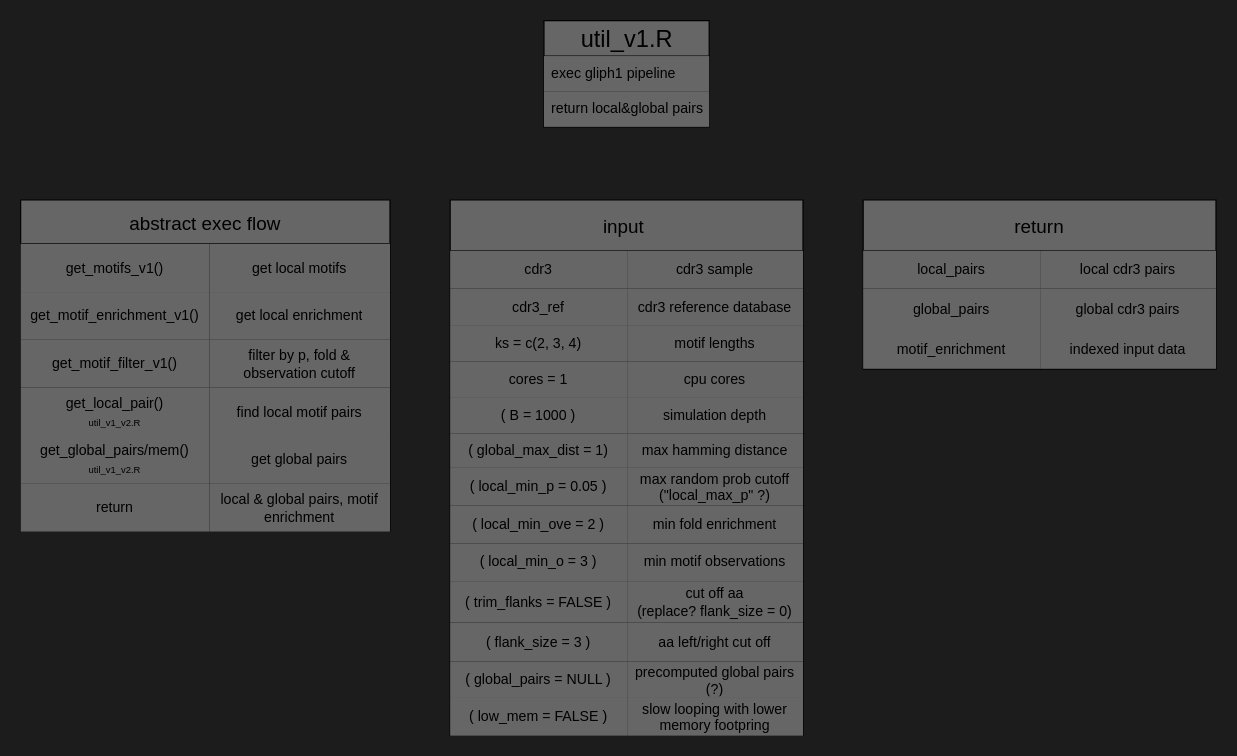
The draw.io diagram page "util_v1.R" (2 of 4) of test_scripts/UMLish_analysis/gliphR.drawio in snaketron/ClustIRR, before the edit. Source tidied: cells renumbered, new cells numbered last; positions are measured from the earlier drawing's top-left corner, leaving out a move shared by most shapes. Both pictures are drawn from the tidied source at 118%, with x=0, y=0 at pixel (20, 20).
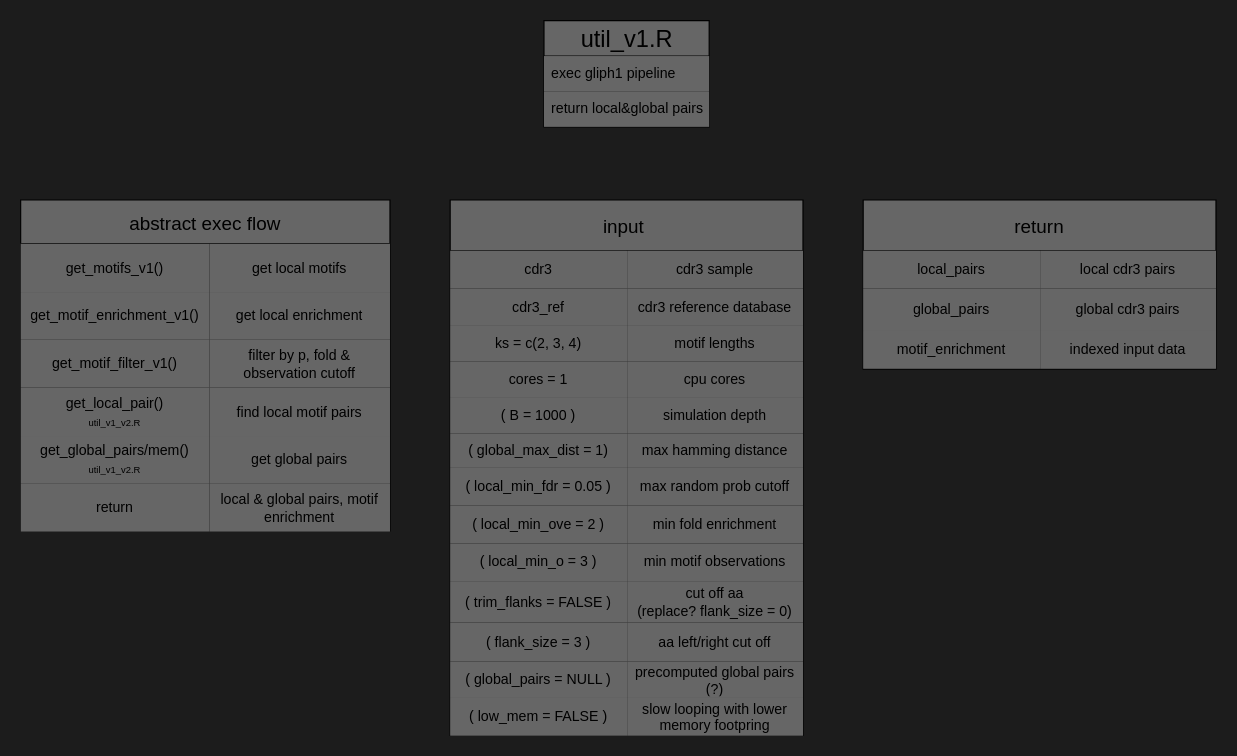
Above is the later version.

Unchanged cells that the change refers to:
```xml
<mxCell id="43" style="shape=tableRow;horizontal=0;startSize=0;swimlaneHead=0;swimlaneBody=0;strokeColor=inherit;top=0;left=0;bottom=0;right=0;fillColor=none;fontSize=16;" parent="24" vertex="1">
  <mxGeometry y="227" width="299" height="32" as="geometry" />
</mxCell>
```

Change to the diagram source:
```diff
@@
-    <mxCell id="44" value="( local_min_p = 0.05 )" style="shape=partialRectangle;html=1;whiteSpace=wrap;strokeColor=inherit;overflow=hidden;fillColor=#666666;top=0;left=0;bottom=0;right=0;fontSize=12;" parent="43" vertex="1">
+    <mxCell id="44" value="(&amp;nbsp;local_min_fdr = 0.05 )" style="shape=partialRectangle;html=1;whiteSpace=wrap;strokeColor=inherit;overflow=hidden;fillColor=#666666;top=0;left=0;bottom=0;right=0;fontSize=12;" parent="43" vertex="1">
       <mxGeometry width="150" height="32" as="geometry" />
     </mxCell>
-    <mxCell id="45" value="max random prob cutoff&lt;br&gt;(&quot;local_max_p&quot; ?)" style="shape=partialRectangle;html=1;whiteSpace=wrap;strokeColor=inherit;overflow=hidden;fillColor=#666666;top=0;left=0;bottom=0;right=0;fontSize=12;" parent="43" vertex="1">
+    <mxCell id="45" value="max random prob cutoff" style="shape=partialRectangle;html=1;whiteSpace=wrap;strokeColor=inherit;overflow=hidden;fillColor=#666666;top=0;left=0;bottom=0;right=0;fontSize=12;" parent="43" vertex="1">
       <mxGeometry x="150" width="149" height="32" as="geometry" />
     </mxCell>
```
